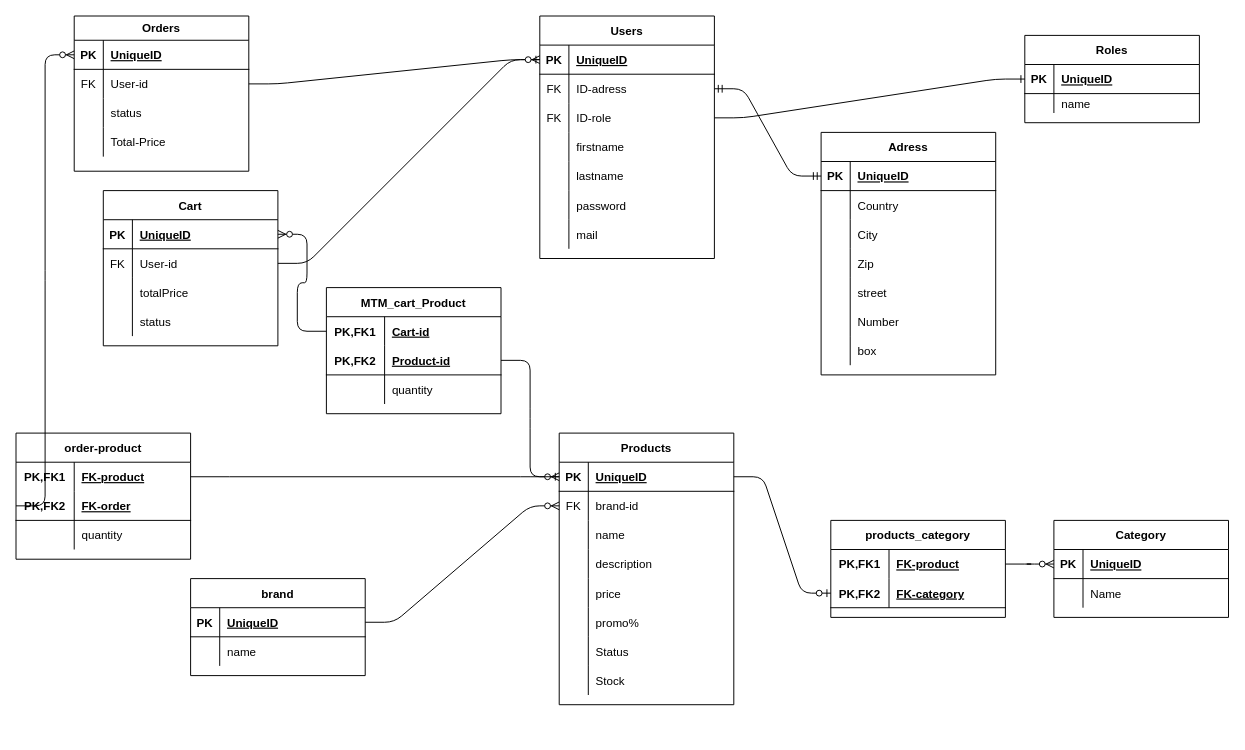
The draw.io diagram schema.drawio in MCSKTLZ/Labo-web-shop, before the edit. Source tidied: cells renumbered, new cells numbered last; positions are measured from the earlier drawing's top-left corner, leaving out a move shared by most shapes. Both pictures are drawn from the tidied source at 97%, with x=0, y=0 at pixel (16, 16).
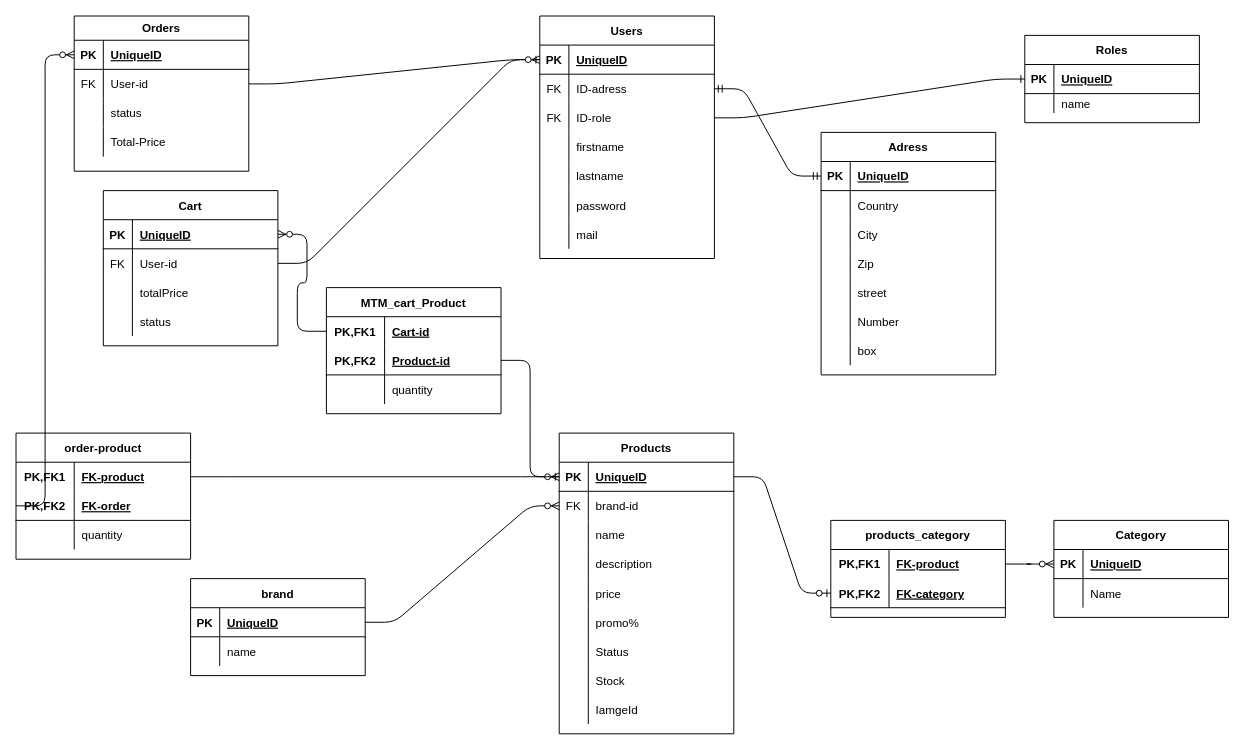
The same page after the edit.

Diff of the diagram source:
```diff
@@
     <mxCell id="55" value="Products" style="shape=table;startSize=30;childLayout=tableLayout;rowLines=0;fontStyle=1;align=center;" parent="1" vertex="1">
-      <mxGeometry x="560" y="430" width="180" height="280" as="geometry" />
+      <mxGeometry x="560" y="430" width="180" height="310" as="geometry" />
     </mxCell>
@@
+    <mxCell id="156" style="shape=partialRectangle;fillColor=none;top=0;left=0;bottom=0;right=0;" parent="55" vertex="1">
+      <mxGeometry y="270" width="180" height="30" as="geometry" />
+    </mxCell>
+    <mxCell id="157" style="shape=partialRectangle;fillColor=none;top=0;left=0;bottom=0;right=0;overflow=hidden;" parent="156" vertex="1">
+      <mxGeometry width="30" height="30" as="geometry" />
+    </mxCell>
+    <mxCell id="158" value="IamgeId" style="shape=partialRectangle;fillColor=none;top=0;left=0;bottom=0;right=0;align=left;spacingLeft=6;overflow=hidden;" parent="156" vertex="1">
+      <mxGeometry x="30" width="150" height="30" as="geometry" />
+    </mxCell>
```
